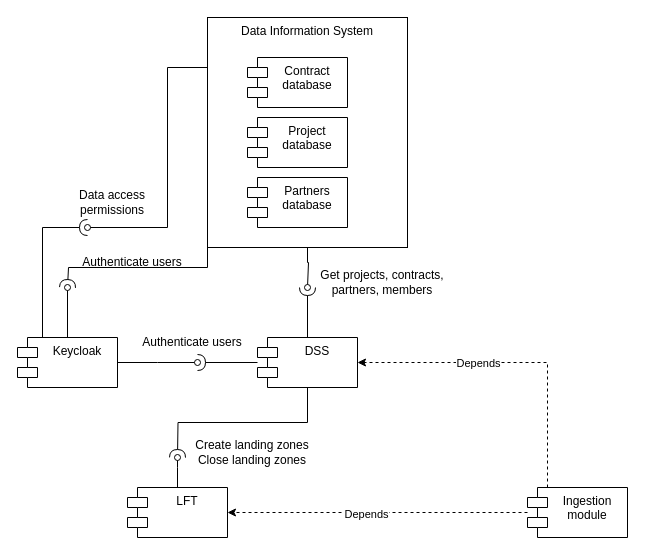
Above: docs/components/dss_components.drawio in elixir-luxembourg/dss (draw.io), before the change. Source tidied: cells renumbered, new cells numbered last; positions are measured from the earlier drawing's top-left corner, leaving out a move shared by most shapes. Both pictures are drawn from the tidied source at 100%, with x=0, y=0 at pixel (17, 17).
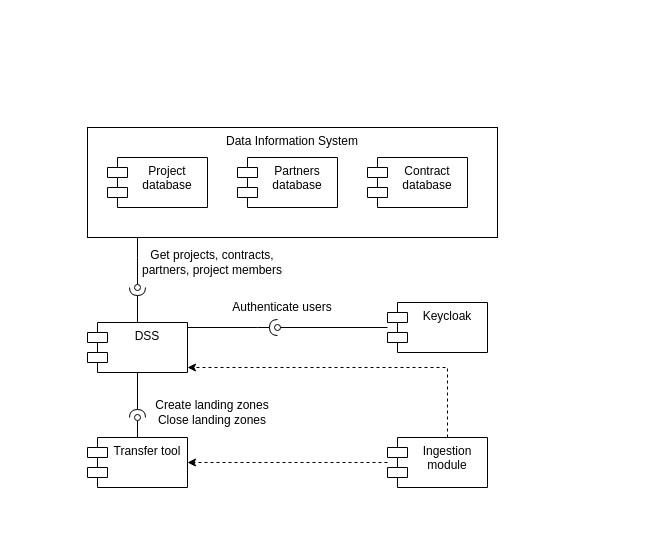
After the change.

The change refers to these unchanged cells:
```xml
<mxCell id="8" style="edgeStyle=orthogonalEdgeStyle;rounded=0;jettySize=auto;html=1;dashed=1;" parent="1" edge="1" source="12" target="18">
  <mxGeometry relative="1" as="geometry" />
</mxCell>
```

Change to the diagram source:
```diff
@@
     <mxCell id="2" style="edgeStyle=orthogonalEdgeStyle;rounded=0;jettySize=auto;html=1;endArrow=oval;endFill=0;" parent="1" edge="1" source="3">
       <mxGeometry relative="1" as="geometry">
-        <mxPoint x="290" y="270" as="targetPoint" />
+        <mxPoint x="120" y="270" as="targetPoint" />
         <Array as="points">
-          <mxPoint x="290" y="245" />
-          <mxPoint x="291" y="245" />
+          <mxPoint x="120" y="240" />
+          <mxPoint x="120" y="240" />
         </Array>
       </mxGeometry>
     </mxCell>
     <mxCell id="3" value="Data Information System" style="html=1;whiteSpace=wrap;verticalAlign=top;" parent="1" vertex="1">
-      <mxGeometry x="190" width="200" height="230" as="geometry" />
+      <mxGeometry x="70" y="110" width="410" height="110" as="geometry" />
     </mxCell>
     <mxCell id="4" style="edgeStyle=orthogonalEdgeStyle;rounded=0;jettySize=auto;html=1;endArrow=halfCircle;endFill=0;" parent="1" edge="1" source="5">
       <mxGeometry relative="1" as="geometry">
-        <mxPoint x="180" y="345" as="targetPoint" />
+        <mxPoint x="260" y="310" as="targetPoint" />
+        <Array as="points">
+          <mxPoint x="240" y="310" />
+        </Array>
       </mxGeometry>
     </mxCell>
     <mxCell id="5" value="DSS" style="shape=module;align=left;spacingLeft=20;align=center;verticalAlign=top;whiteSpace=wrap;html=1;" parent="1" vertex="1">
-      <mxGeometry x="240" y="320" width="100" height="50" as="geometry" />
+      <mxGeometry x="70" y="305" width="100" height="50" as="geometry" />
     </mxCell>
     <mxCell id="6" style="edgeStyle=orthogonalEdgeStyle;rounded=0;jettySize=auto;html=1;endArrow=oval;endFill=0;" parent="1" edge="1" source="7">
       <mxGeometry relative="1" as="geometry">
-        <mxPoint x="180" y="345" as="targetPoint" />
+        <mxPoint x="260" y="310" as="targetPoint" />
       </mxGeometry>
     </mxCell>
     <mxCell id="7" value="Keycloak" style="shape=module;align=left;spacingLeft=20;align=center;verticalAlign=top;whiteSpace=wrap;html=1;" parent="1" vertex="1">
-      <mxGeometry y="320" width="100" height="50" as="geometry" />
+      <mxGeometry x="370" y="285" width="100" height="50" as="geometry" />
     </mxCell>
@@
-    <mxCell id="9" value="Depends" style="edgeLabel;html=1;align=center;verticalAlign=middle;" parent="8" vertex="1">
-      <mxGeometry x="0.08" y="1" relative="1" as="geometry" />
-    </mxCell>
-    <mxCell id="10" style="edgeStyle=orthogonalEdgeStyle;rounded=0;jettySize=auto;html=1;entryX=1;entryY=0.5;entryDx=0;entryDy=0;dashed=1;" parent="1" edge="1" source="12" target="5">
+    <mxCell id="10" style="edgeStyle=orthogonalEdgeStyle;rounded=0;jettySize=auto;html=1;dashed=1;" parent="1" edge="1" source="12" target="5">
       <mxGeometry relative="1" as="geometry">
         <Array as="points">
-          <mxPoint x="530" y="345" />
+          <mxPoint x="430" y="350" />
         </Array>
       </mxGeometry>
     </mxCell>
-    <mxCell id="11" value="Depends" style="edgeLabel;html=1;align=center;verticalAlign=middle;" parent="10" vertex="1">
-      <mxGeometry x="0.24" relative="1" as="geometry" />
-    </mxCell>
     <mxCell id="12" value="Ingestion module" style="shape=module;align=left;spacingLeft=20;align=center;verticalAlign=top;whiteSpace=wrap;html=1;" parent="1" vertex="1">
-      <mxGeometry x="510" y="470" width="100" height="50" as="geometry" />
+      <mxGeometry x="370" y="420" width="100" height="50" as="geometry" />
     </mxCell>
     <mxCell id="13" value="Project database" style="shape=module;align=left;spacingLeft=20;align=center;verticalAlign=top;whiteSpace=wrap;html=1;" parent="1" vertex="1">
-      <mxGeometry x="230" y="100" width="100" height="50" as="geometry" />
+      <mxGeometry x="90" y="140" width="100" height="50" as="geometry" />
     </mxCell>
     <mxCell id="14" value="Partners database" style="shape=module;align=left;spacingLeft=20;align=center;verticalAlign=top;whiteSpace=wrap;html=1;" parent="1" vertex="1">
-      <mxGeometry x="230" y="160" width="100" height="50" as="geometry" />
+      <mxGeometry x="220" y="140" width="100" height="50" as="geometry" />
     </mxCell>
     <mxCell id="15" value="Contract database" style="shape=module;align=left;spacingLeft=20;align=center;verticalAlign=top;whiteSpace=wrap;html=1;" parent="1" vertex="1">
-      <mxGeometry x="230" y="40" width="100" height="50" as="geometry" />
+      <mxGeometry x="350" y="140" width="100" height="50" as="geometry" />
     </mxCell>
     <mxCell id="16" style="edgeStyle=orthogonalEdgeStyle;rounded=0;jettySize=auto;html=1;endArrow=halfCircle;endFill=0;" parent="1" edge="1" source="5">
       <mxGeometry relative="1" as="geometry">
-        <mxPoint x="290" y="270" as="targetPoint" />
+        <mxPoint x="120" y="270" as="targetPoint" />
+        <Array as="points">
+          <mxPoint x="120" y="270" />
+        </Array>
       </mxGeometry>
     </mxCell>
     <mxCell id="17" style="edgeStyle=orthogonalEdgeStyle;rounded=0;jettySize=auto;html=1;endArrow=oval;endFill=0;" parent="1" edge="1" source="18">
       <mxGeometry relative="1" as="geometry">
-        <mxPoint x="160" y="440" as="targetPoint" />
+        <mxPoint x="120" y="400" as="targetPoint" />
       </mxGeometry>
     </mxCell>
-    <mxCell id="18" value="LFT" style="shape=module;align=left;spacingLeft=20;align=center;verticalAlign=top;whiteSpace=wrap;html=1;" parent="1" vertex="1">
-      <mxGeometry x="110" y="470" width="100" height="50" as="geometry" />
+    <mxCell id="18" value="Transfer tool" style="shape=module;align=left;spacingLeft=20;align=center;verticalAlign=top;whiteSpace=wrap;html=1;" parent="1" vertex="1">
+      <mxGeometry x="70" y="420" width="100" height="50" as="geometry" />
     </mxCell>
     <mxCell id="19" style="edgeStyle=orthogonalEdgeStyle;rounded=0;jettySize=auto;html=1;endArrow=halfCircle;endFill=0;exitX=0.5;exitY=1;exitDx=0;exitDy=0;" parent="1" edge="1" source="5">
       <mxGeometry relative="1" as="geometry">
-        <mxPoint x="160" y="440" as="targetPoint" />
+        <mxPoint x="120" y="400" as="targetPoint" />
+        <Array as="points">
+          <mxPoint x="120" y="400" />
+          <mxPoint x="120" y="400" />
+        </Array>
       </mxGeometry>
     </mxCell>
-    <mxCell id="20" value="Get projects, contracts, partners, members" style="text;html=1;align=center;verticalAlign=middle;whiteSpace=wrap;rounded=0;" parent="1" vertex="1">
-      <mxGeometry x="300" y="250" width="130" height="30" as="geometry" />
+    <mxCell id="20" value="Get projects, contracts, partners, project members" style="text;html=1;align=center;verticalAlign=middle;whiteSpace=wrap;rounded=0;" parent="1" vertex="1">
+      <mxGeometry x="120" y="230" width="150" height="30" as="geometry" />
     </mxCell>
     <mxCell id="21" value="Authenticate users" style="text;html=1;align=center;verticalAlign=middle;whiteSpace=wrap;rounded=0;" parent="1" vertex="1">
-      <mxGeometry x="110" y="310" width="130" height="30" as="geometry" />
+      <mxGeometry x="200" y="275" width="130" height="30" as="geometry" />
     </mxCell>
     <mxCell id="22" value="Create landing zones&lt;br&gt;Close landing zones" style="text;html=1;align=center;verticalAlign=middle;whiteSpace=wrap;rounded=0;" parent="1" vertex="1">
-      <mxGeometry x="170" y="420" width="130" height="30" as="geometry" />
+      <mxGeometry x="130" y="380" width="130" height="30" as="geometry" />
     </mxCell>
-    <mxCell id="23" style="edgeStyle=orthogonalEdgeStyle;rounded=0;jettySize=auto;html=1;endArrow=halfCircle;endFill=0;exitX=0;exitY=0.5;exitDx=0;exitDy=0;" parent="1" edge="1" source="3">
-      <mxGeometry relative="1" as="geometry">
-        <mxPoint x="50" y="270" as="targetPoint" />
-        <Array as="points">
-          <mxPoint x="190" y="250" />
-          <mxPoint x="51" y="250" />
-        </Array>
-      </mxGeometry>
-    </mxCell>
-    <mxCell id="24" style="edgeStyle=orthogonalEdgeStyle;rounded=0;jettySize=auto;html=1;endArrow=oval;endFill=0;" parent="1" edge="1" source="7">
-      <mxGeometry relative="1" as="geometry">
-        <mxPoint x="50" y="270" as="targetPoint" />
-      </mxGeometry>
-    </mxCell>
-    <mxCell id="25" value="Authenticate users" style="text;html=1;align=center;verticalAlign=middle;whiteSpace=wrap;rounded=0;" parent="1" vertex="1">
-      <mxGeometry x="50" y="230" width="130" height="30" as="geometry" />
-    </mxCell>
-    <mxCell id="26" style="edgeStyle=orthogonalEdgeStyle;rounded=0;jettySize=auto;html=1;endArrow=oval;endFill=0;" parent="1" edge="1" source="3">
-      <mxGeometry relative="1" as="geometry">
-        <mxPoint x="70" y="210" as="targetPoint" />
-        <Array as="points">
-          <mxPoint x="150" y="50" />
-          <mxPoint x="150" y="210" />
-        </Array>
-      </mxGeometry>
-    </mxCell>
-    <mxCell id="27" style="edgeStyle=orthogonalEdgeStyle;rounded=0;jettySize=auto;html=1;endArrow=halfCircle;endFill=0;exitX=0.25;exitY=0;exitDx=0;exitDy=0;" parent="1" edge="1" source="7">
-      <mxGeometry relative="1" as="geometry">
-        <mxPoint x="70" y="210" as="targetPoint" />
-        <Array as="points">
-          <mxPoint x="25" y="210" />
-        </Array>
-      </mxGeometry>
-    </mxCell>
-    <mxCell id="28" value="Data access permissions" style="text;html=1;align=center;verticalAlign=middle;whiteSpace=wrap;rounded=0;" parent="1" vertex="1">
-      <mxGeometry x="30" y="170" width="130" height="30" as="geometry" />
-    </mxCell>
```
